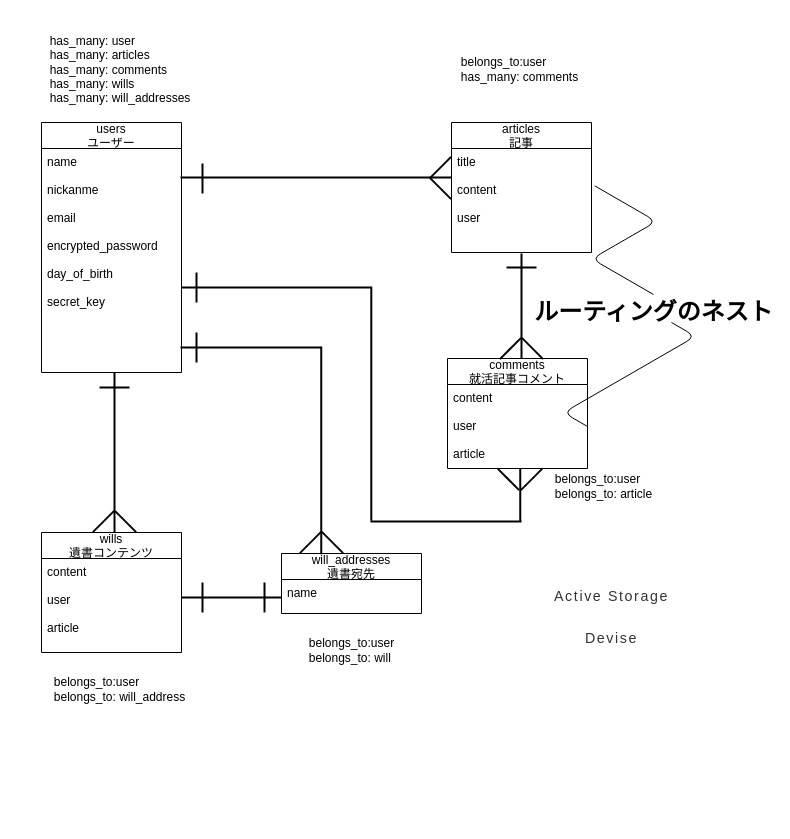
Earlier version of the draw.io diagram will_app.dio (tatsuaki1234/will_app). Source tidied: cells renumbered, new cells numbered last; positions are measured from the earlier drawing's top-left corner, leaving out a move shared by most shapes. Both pictures are drawn from the tidied source at 100%, with x=0, y=0 at pixel (17, 17).
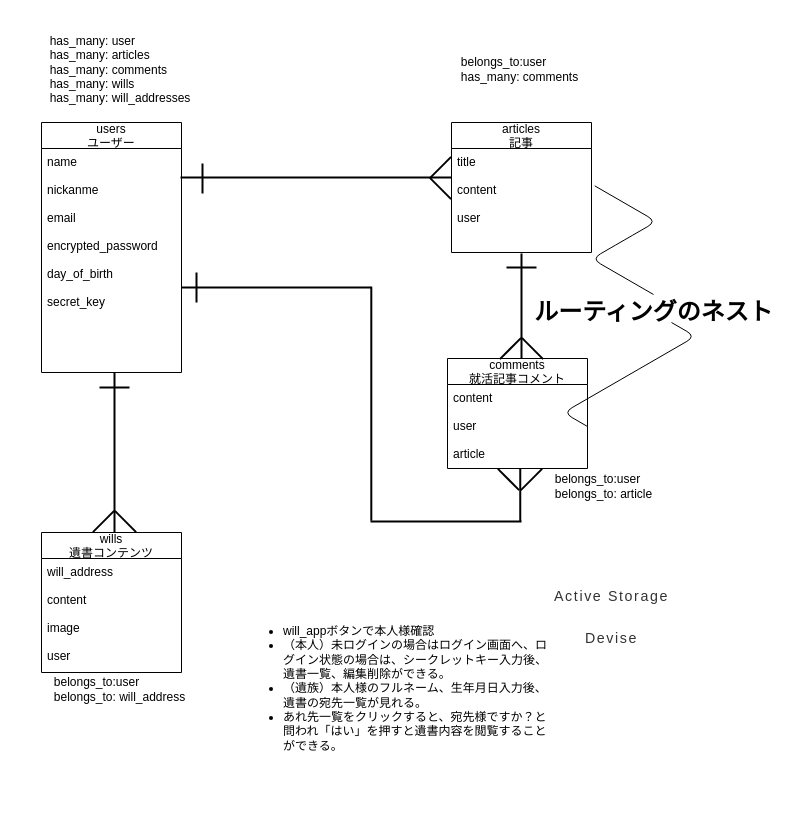
After the change.

Commit message (it also covers changes not shown here):
データベース設計変更、will_addressを無くしwillに追加

Diff of the diagram source:
```diff
@@
-    <mxCell id="6" value="will_addresses&#10;遺書宛先" style="swimlane;fontStyle=0;horizontal=1;startSize=26;fillColor=none;" parent="1" vertex="1">
-      <mxGeometry x="264" y="536" width="140" height="60" as="geometry" />
-    </mxCell>
-    <mxCell id="7" value="name&#10;" style="text;strokeColor=none;fillColor=none;align=left;verticalAlign=top;spacingLeft=4;spacingRight=4;overflow=hidden;" parent="6" vertex="1">
-      <mxGeometry y="26" width="140" height="34" as="geometry" />
-    </mxCell>
     <mxCell id="8" value="wills&#10;遺書コンテンツ" style="swimlane;fontStyle=0;horizontal=1;startSize=26;fillColor=none;" parent="1" vertex="1">
-      <mxGeometry x="24" y="515" width="140" height="120" as="geometry" />
+      <mxGeometry x="24" y="515" width="140" height="140" as="geometry" />
     </mxCell>
-    <mxCell id="9" value="content&#10;&#10;user&#10;&#10;article" style="text;strokeColor=none;fillColor=none;align=left;verticalAlign=top;spacingLeft=4;spacingRight=4;overflow=hidden;" parent="8" vertex="1">
-      <mxGeometry y="26" width="140" height="94" as="geometry" />
+    <mxCell id="9" value="will_address&#10;&#10;content&#10;&#10;image&#10;&#10;user&#10;&#10;" style="text;strokeColor=none;fillColor=none;align=left;verticalAlign=top;spacingLeft=4;spacingRight=4;overflow=hidden;" parent="8" vertex="1">
+      <mxGeometry y="26" width="140" height="114" as="geometry" />
     </mxCell>
@@
-    <mxCell id="20" style="line;strokeWidth=2;html=1;rotation=90;" parent="1" vertex="1">
-      <mxGeometry x="170" y="575" width="30" height="10" as="geometry" />
-    </mxCell>
-    <mxCell id="21" style="line;strokeWidth=2;html=1;rotation=90;" parent="1" vertex="1">
-      <mxGeometry x="164" y="325" width="30" height="10" as="geometry" />
-    </mxCell>
-    <mxCell id="22" style="line;strokeWidth=2;html=1;rotation=-180;" parent="1" vertex="1">
-      <mxGeometry x="164" y="575" width="100" height="10" as="geometry" />
-    </mxCell>
-    <mxCell id="23" style="line;strokeWidth=2;html=1;" parent="1" vertex="1">
-      <mxGeometry x="163" y="325" width="141" height="10" as="geometry" />
-    </mxCell>
-    <mxCell id="24" style="line;strokeWidth=2;html=1;rotation=90;" parent="1" vertex="1">
-      <mxGeometry x="200" y="429" width="207.5" height="8" as="geometry" />
-    </mxCell>
-    <mxCell id="25" style="line;strokeWidth=2;html=1;rotation=-45;" parent="1" vertex="1">
-      <mxGeometry x="278" y="520" width="30" height="10" as="geometry" />
-    </mxCell>
-    <mxCell id="26" style="line;strokeWidth=2;html=1;rotation=45;" parent="1" vertex="1">
-      <mxGeometry x="300" y="520" width="30" height="10" as="geometry" />
-    </mxCell>
@@
-    <mxCell id="41" style="line;strokeWidth=2;html=1;rotation=90;" parent="1" vertex="1">
-      <mxGeometry x="232" y="575" width="30" height="10" as="geometry" />
-    </mxCell>
@@
-    <mxCell id="47" value="&lt;div style=&quot;text-align: left&quot;&gt;&lt;br&gt;&lt;/div&gt;&lt;div style=&quot;text-align: left&quot;&gt;&lt;span&gt;belongs_to:user&lt;/span&gt;&lt;/div&gt;&lt;div style=&quot;text-align: left&quot;&gt;&lt;span&gt;belongs_to: will&lt;/span&gt;&lt;/div&gt;" style="text;html=1;strokeColor=none;fillColor=none;align=center;verticalAlign=middle;whiteSpace=wrap;overflow=hidden;" parent="1" vertex="1">
-      <mxGeometry x="266.5" y="596" width="135" height="60" as="geometry" />
-    </mxCell>
@@
+    <mxCell id="49" value="&lt;ul&gt;&lt;li&gt;will_appボタンで本人様確認&lt;/li&gt;&lt;li&gt;（本人）未ログインの場合はログイン画面へ、ログイン状態の場合は、シークレットキー入力後、遺書一覧、編集削除ができる。&lt;/li&gt;&lt;li&gt;（遺族）本人様のフルネーム、生年月日入力後、遺書の宛先一覧が見れる。&lt;/li&gt;&lt;li&gt;あれ先一覧をクリックすると、宛先様ですか？と問われ「はい」を押すと遺書内容を閲覧することができる。&lt;/li&gt;&lt;/ul&gt;" style="text;strokeColor=none;fillColor=none;html=1;whiteSpace=wrap;verticalAlign=middle;overflow=hidden;" parent="1" vertex="1">
+      <mxGeometry x="224" y="536" width="310" height="269" as="geometry" />
+    </mxCell>
```
